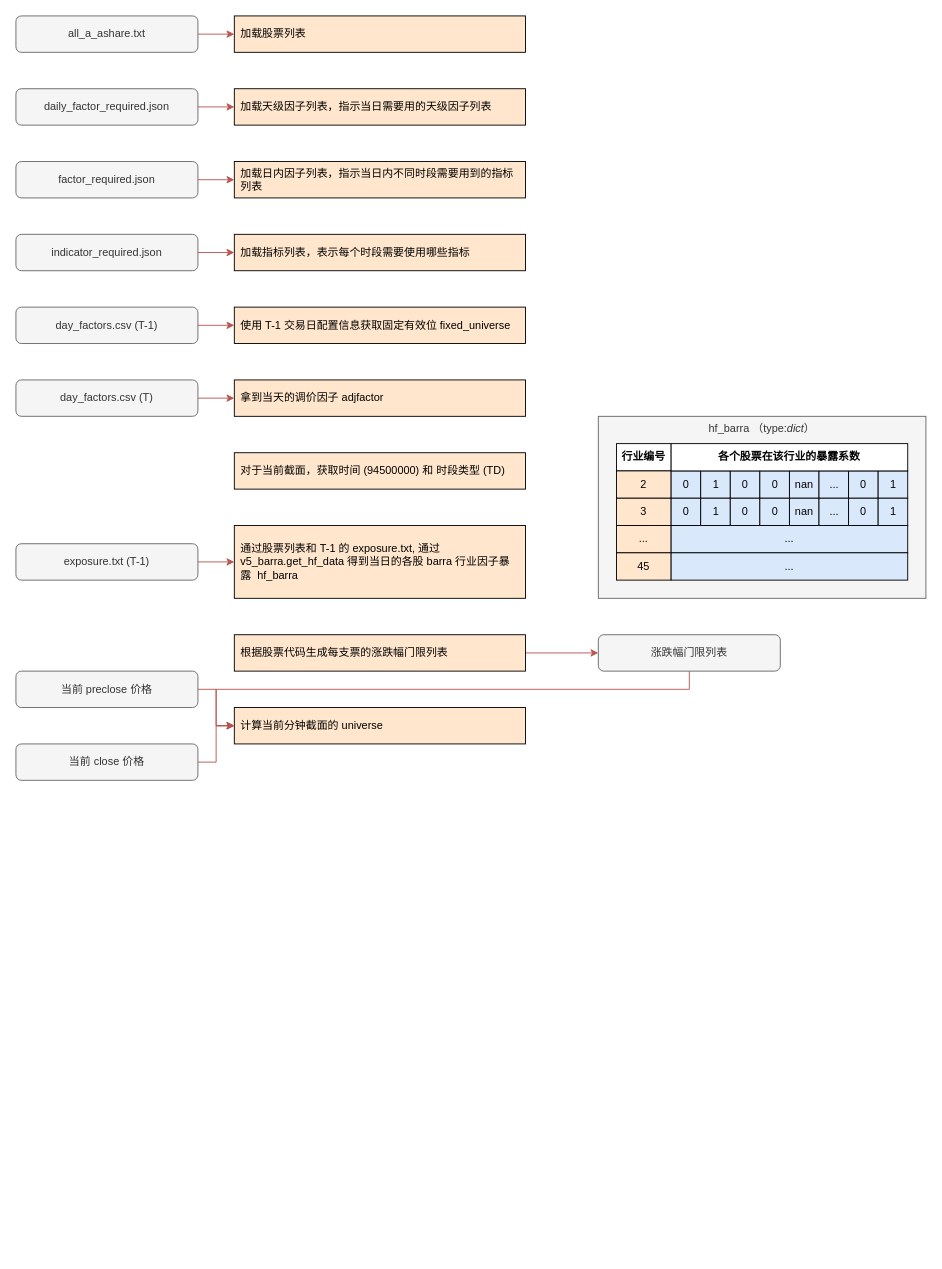
Before: gaalaxy.drawio in zhaxd123/drawio, a draw.io diagram. Source tidied: cells renumbered, new cells numbered last; positions are measured from the earlier drawing's top-left corner, leaving out a move shared by most shapes. Both pictures are drawn from the tidied source at 91%, with x=0, y=0 at pixel (15, 15).
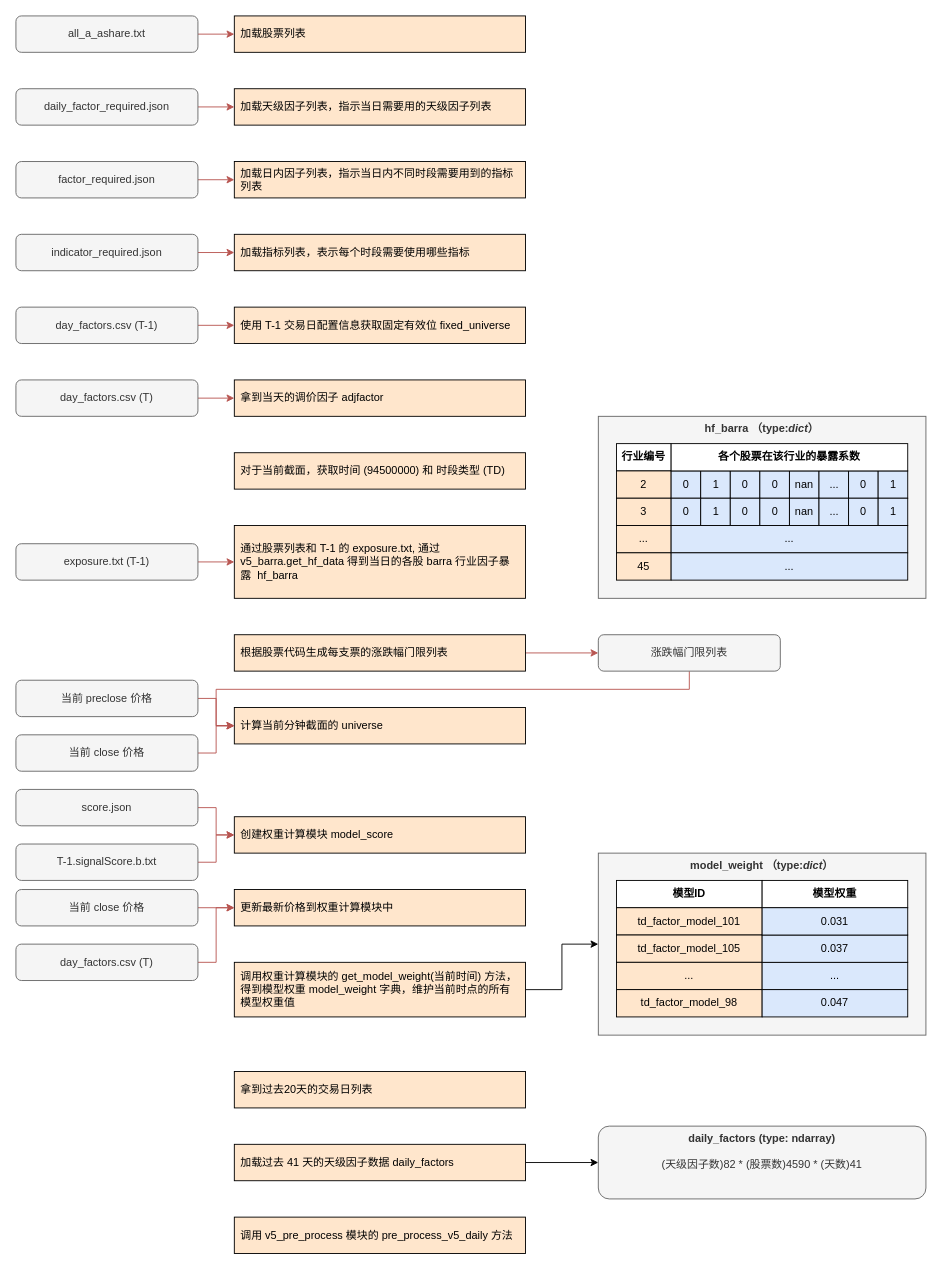
The same page after the edit.

Diff of the diagram source:
```diff
@@
-    <mxCell id="24" style="group;" parent="1" vertex="1">
+    <mxCell id="24" style="group;rounded=0;" parent="1" vertex="1">
       <mxGeometry x="640" y="440" width="360" height="200" as="geometry" />
     </mxCell>
-    <mxCell id="25" value="hf_barra （type:&lt;i&gt;dict&lt;/i&gt;）" style="rounded=0;whiteSpace=wrap;html=1;verticalAlign=top;fillColor=#f5f5f5;fontColor=#333333;strokeColor=#666666;" parent="24" vertex="1">
+    <mxCell id="25" value="&lt;b&gt;hf_barra （type:&lt;i&gt;dict&lt;/i&gt;）&lt;/b&gt;" style="rounded=0;whiteSpace=wrap;html=1;verticalAlign=top;fillColor=#f5f5f5;fontColor=#333333;strokeColor=#666666;" parent="24" vertex="1">
       <mxGeometry width="360" height="200" as="geometry" />
     </mxCell>
@@
     <mxCell id="52" value="当前 close&amp;nbsp;价格" style="rounded=1;whiteSpace=wrap;html=1;fillColor=#f5f5f5;fontColor=#333333;strokeColor=#666666;" parent="1" vertex="1">
-      <mxGeometry y="800" width="200" height="40" as="geometry" />
+      <mxGeometry y="790" width="200" height="40" as="geometry" />
     </mxCell>
@@
     <mxCell id="54" value="当前 preclose&amp;nbsp;价格" style="rounded=1;whiteSpace=wrap;html=1;fillColor=#f5f5f5;fontColor=#333333;strokeColor=#666666;" parent="1" vertex="1">
-      <mxGeometry y="720" width="200" height="40" as="geometry" />
+      <mxGeometry y="730" width="200" height="40" as="geometry" />
     </mxCell>
@@
+    <mxCell id="59" value="创建权重计算模块&amp;nbsp;model_score&amp;nbsp;" style="rounded=0;whiteSpace=wrap;html=1;align=left;spacingLeft=5;spacingRight=5;spacingTop=2;spacingBottom=2;fillColor=#ffe6cc;strokeColor=#000000;" parent="1" vertex="1">
+      <mxGeometry x="240" y="880" width="320" height="40" as="geometry" />
+    </mxCell>
+    <mxCell id="60" style="edgeStyle=orthogonalEdgeStyle;rounded=0;jettySize=auto;html=1;exitX=1;exitY=0.5;exitDx=0;exitDy=0;fillColor=#f8cecc;strokeColor=#b85450;" parent="1" edge="1" source="61" target="59">
+      <mxGeometry relative="1" as="geometry" />
+    </mxCell>
+    <mxCell id="61" value="score.json" style="rounded=1;whiteSpace=wrap;html=1;fillColor=#f5f5f5;fontColor=#333333;strokeColor=#666666;" parent="1" vertex="1">
+      <mxGeometry y="850" width="200" height="40" as="geometry" />
+    </mxCell>
+    <mxCell id="62" style="edgeStyle=orthogonalEdgeStyle;rounded=0;jettySize=auto;html=1;exitX=1;exitY=0.5;exitDx=0;exitDy=0;entryX=0;entryY=0.5;entryDx=0;entryDy=0;fillColor=#f8cecc;strokeColor=#b85450;" parent="1" edge="1" source="63" target="59">
+      <mxGeometry relative="1" as="geometry" />
+    </mxCell>
+    <mxCell id="63" value="T-1.signalScore.b.txt" style="rounded=1;whiteSpace=wrap;html=1;fillColor=#f5f5f5;fontColor=#333333;strokeColor=#666666;" parent="1" vertex="1">
+      <mxGeometry y="910" width="200" height="40" as="geometry" />
+    </mxCell>
+    <mxCell id="64" value="更新最新价格到权重计算模块中" style="rounded=0;whiteSpace=wrap;html=1;align=left;spacingLeft=5;spacingRight=5;spacingTop=2;spacingBottom=2;fillColor=#ffe6cc;strokeColor=#000000;" parent="1" vertex="1">
+      <mxGeometry x="240" y="960" width="320" height="40" as="geometry" />
+    </mxCell>
+    <mxCell id="65" style="edgeStyle=orthogonalEdgeStyle;rounded=0;jettySize=auto;html=1;exitX=1;exitY=0.5;exitDx=0;exitDy=0;fillColor=#f8cecc;strokeColor=#b85450;" parent="1" edge="1" source="66" target="64">
+      <mxGeometry relative="1" as="geometry" />
+    </mxCell>
+    <mxCell id="66" value="当前 close&amp;nbsp;价格" style="rounded=1;whiteSpace=wrap;html=1;fillColor=#f5f5f5;fontColor=#333333;strokeColor=#666666;" parent="1" vertex="1">
+      <mxGeometry y="960" width="200" height="40" as="geometry" />
+    </mxCell>
+    <mxCell id="67" style="edgeStyle=orthogonalEdgeStyle;rounded=0;jettySize=auto;html=1;exitX=1;exitY=0.5;exitDx=0;exitDy=0;entryX=0;entryY=0.5;entryDx=0;entryDy=0;fillColor=#f8cecc;strokeColor=#b85450;" parent="1" edge="1" source="68" target="64">
+      <mxGeometry relative="1" as="geometry" />
+    </mxCell>
+    <mxCell id="68" value="day_factors.csv (T)" style="rounded=1;whiteSpace=wrap;html=1;fillColor=#f5f5f5;strokeColor=#666666;fontColor=#333333;" parent="1" vertex="1">
+      <mxGeometry y="1020" width="200" height="40" as="geometry" />
+    </mxCell>
+    <mxCell id="69" style="edgeStyle=orthogonalEdgeStyle;rounded=0;jettySize=auto;html=1;exitX=1;exitY=0.5;exitDx=0;exitDy=0;" parent="1" edge="1" source="70" target="72">
+      <mxGeometry relative="1" as="geometry" />
+    </mxCell>
+    <mxCell id="70" value="调用权重计算模块的&amp;nbsp;get_model_weight(当前时间) 方法，得到模型权重&amp;nbsp;model_weight&amp;nbsp;字典，维护当前时点的所有模型权重值" style="rounded=0;whiteSpace=wrap;html=1;align=left;spacingLeft=5;spacingRight=5;spacingTop=2;spacingBottom=2;fillColor=#ffe6cc;strokeColor=#000000;" parent="1" vertex="1">
+      <mxGeometry x="240" y="1040" width="320" height="60" as="geometry" />
+    </mxCell>
+    <mxCell id="71" style="group;" parent="1" vertex="1">
+      <mxGeometry x="640" y="920" width="360" height="200" as="geometry" />
+    </mxCell>
+    <mxCell id="72" value="&lt;b&gt;model_weight （type:&lt;i&gt;dict&lt;/i&gt;）&lt;/b&gt;" style="rounded=0;whiteSpace=wrap;html=1;verticalAlign=top;fillColor=#f5f5f5;fontColor=#333333;strokeColor=#666666;" parent="71" vertex="1">
+      <mxGeometry width="360" height="200" as="geometry" />
+    </mxCell>
+    <mxCell id="73" value="模型ID" style="rounded=0;whiteSpace=wrap;html=1;fontStyle=1;" parent="71" vertex="1">
+      <mxGeometry x="20" y="30" width="160" height="30" as="geometry" />
+    </mxCell>
+    <mxCell id="74" value="td_factor_model_101" style="rounded=0;whiteSpace=wrap;html=1;fillColor=#ffe6cc;strokeColor=#000000;" parent="71" vertex="1">
+      <mxGeometry x="20" y="60" width="160" height="30" as="geometry" />
+    </mxCell>
+    <mxCell id="75" value="td_factor_model_105" style="rounded=0;whiteSpace=wrap;html=1;fillColor=#ffe6cc;strokeColor=#000000;" parent="71" vertex="1">
+      <mxGeometry x="20" y="90" width="160" height="30" as="geometry" />
+    </mxCell>
+    <mxCell id="76" value="..." style="rounded=0;whiteSpace=wrap;html=1;fillColor=#ffe6cc;strokeColor=#000000;" parent="71" vertex="1">
+      <mxGeometry x="20" y="120" width="160" height="30" as="geometry" />
+    </mxCell>
+    <mxCell id="77" value="td_factor_model_98" style="rounded=0;whiteSpace=wrap;html=1;fillColor=#ffe6cc;strokeColor=#000000;" parent="71" vertex="1">
+      <mxGeometry x="20" y="150" width="160" height="30" as="geometry" />
+    </mxCell>
+    <mxCell id="78" value="模型权重" style="rounded=0;whiteSpace=wrap;html=1;fontStyle=1;" parent="71" vertex="1">
+      <mxGeometry x="180" y="30" width="160" height="30" as="geometry" />
+    </mxCell>
+    <mxCell id="79" value="..." style="rounded=0;whiteSpace=wrap;html=1;fillColor=#dae8fc;strokeColor=#000000;" parent="71" vertex="1">
+      <mxGeometry x="180" y="120" width="160" height="30" as="geometry" />
+    </mxCell>
+    <mxCell id="80" value="0.047" style="rounded=0;whiteSpace=wrap;html=1;fillColor=#dae8fc;strokeColor=#000000;" parent="71" vertex="1">
+      <mxGeometry x="180" y="150" width="160" height="30" as="geometry" />
+    </mxCell>
+    <mxCell id="81" value="0.037" style="rounded=0;whiteSpace=wrap;html=1;fillColor=#dae8fc;strokeColor=#000000;" parent="71" vertex="1">
+      <mxGeometry x="180" y="90" width="160" height="30" as="geometry" />
+    </mxCell>
+    <mxCell id="82" value="0.031" style="rounded=0;whiteSpace=wrap;html=1;fillColor=#dae8fc;strokeColor=#000000;" parent="71" vertex="1">
+      <mxGeometry x="180" y="60" width="160" height="30" as="geometry" />
+    </mxCell>
+    <mxCell id="83" value="拿到过去20天的交易日列表" style="rounded=0;whiteSpace=wrap;html=1;align=left;spacingLeft=5;spacingRight=5;spacingTop=2;spacingBottom=2;fillColor=#ffe6cc;strokeColor=#000000;" parent="1" vertex="1">
+      <mxGeometry x="240" y="1160" width="320" height="40" as="geometry" />
+    </mxCell>
+    <mxCell id="84" style="edgeStyle=orthogonalEdgeStyle;rounded=0;jettySize=auto;html=1;exitX=1;exitY=0.5;exitDx=0;exitDy=0;" parent="1" edge="1" source="85" target="87">
+      <mxGeometry relative="1" as="geometry" />
+    </mxCell>
+    <mxCell id="85" value="加载过去 41&amp;nbsp;天的天级因子数据&amp;nbsp;daily_factors" style="rounded=0;whiteSpace=wrap;html=1;align=left;spacingLeft=5;spacingRight=5;spacingTop=2;spacingBottom=2;fillColor=#ffe6cc;strokeColor=#000000;" parent="1" vertex="1">
+      <mxGeometry x="240" y="1240" width="320" height="40" as="geometry" />
+    </mxCell>
+    <mxCell id="86" value="调用&amp;nbsp;v5_pre_process&amp;nbsp;模块的 pre_process_v5_daily&amp;nbsp;方法" style="rounded=0;whiteSpace=wrap;html=1;align=left;spacingLeft=5;spacingRight=5;spacingTop=2;spacingBottom=2;fillColor=#ffe6cc;strokeColor=#000000;" parent="1" vertex="1">
+      <mxGeometry x="240" y="1320" width="320" height="40" as="geometry" />
+    </mxCell>
+    <mxCell id="87" value="&lt;span style=&quot;text-align: left;&quot;&gt;&lt;b&gt;daily_factors (type: ndarray)&lt;/b&gt;&lt;/span&gt;&lt;div&gt;&lt;span style=&quot;text-align: left;&quot;&gt;&lt;br&gt;&lt;/span&gt;&lt;/div&gt;&lt;div&gt;&lt;span style=&quot;text-align: left;&quot;&gt;(天级因子数)82 * (股票数)4590 * (天数)41&lt;/span&gt;&lt;/div&gt;" style="rounded=1;whiteSpace=wrap;html=1;verticalAlign=top;fillColor=#f5f5f5;fontColor=#333333;strokeColor=#666666;" parent="1" vertex="1">
+      <mxGeometry x="640" y="1220" width="360" height="80" as="geometry" />
+    </mxCell>
```
